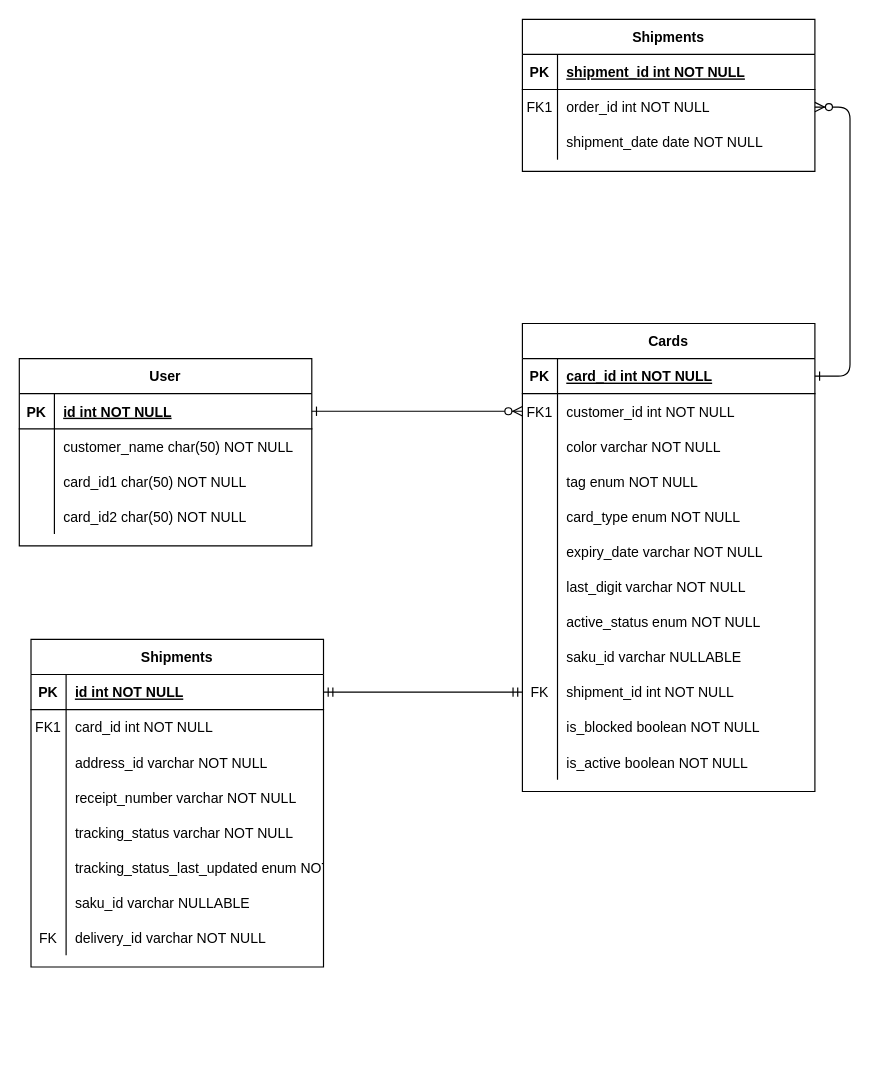
Earlier version of the draw.io diagram Untitled Diagram.drawio (Kresnadc/lib-DrawIO). Source tidied: cells renumbered, new cells numbered last; positions are measured from the earlier drawing's top-left corner, leaving out a move shared by most shapes. Both pictures are drawn from the tidied source at 117%, with x=0, y=0 at pixel (19, 19).
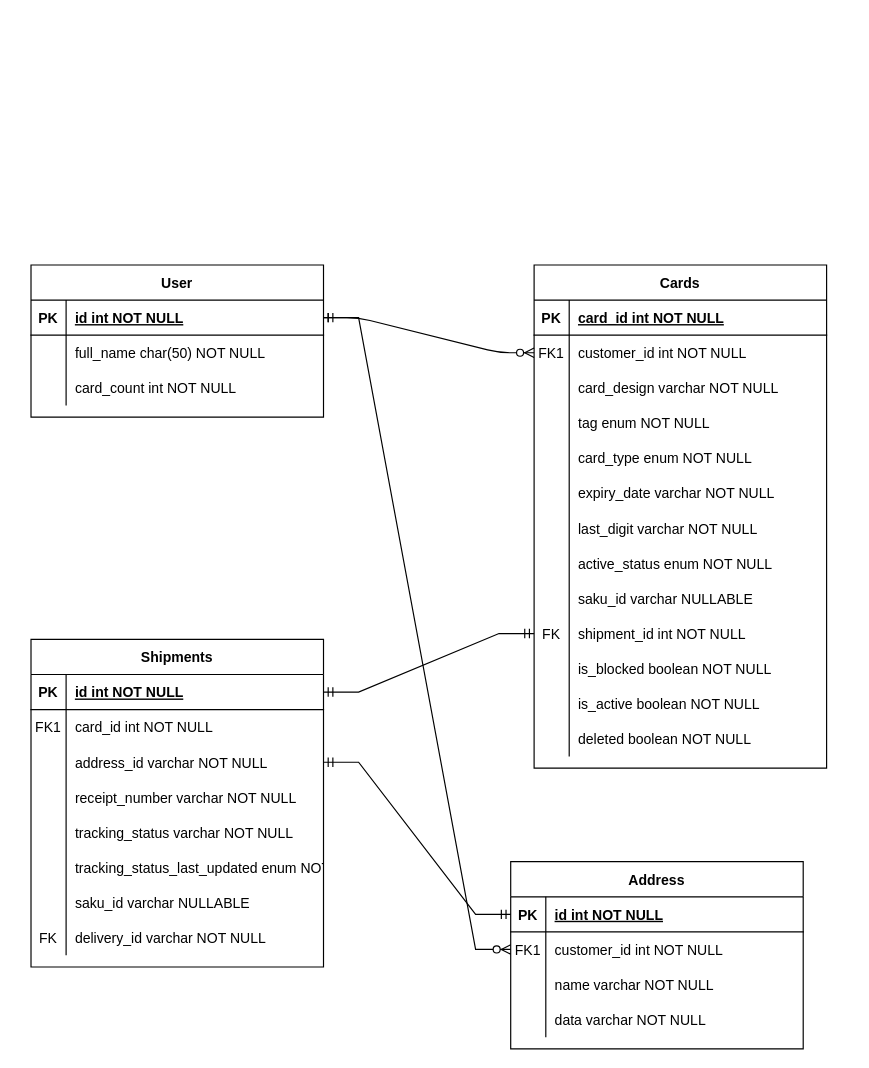
The same page after the edit.

Unchanged cells that the change refers to:
```xml
<mxCell id="5" style="shape=partialRectangle;fillColor=none;points=[[0,0.5],[1,0.5]];portConstraint=eastwest;top=0;left=0;right=0;bottom=1;" parent="4" vertex="1">
  <mxGeometry y="30" width="250" height="30" as="geometry" />
</mxCell>
<mxCell id="11" style="shape=partialRectangle;fillColor=none;top=0;left=0;right=0;bottom=0;" parent="4" vertex="1">
  <mxGeometry y="90" width="250" height="30" as="geometry" />
</mxCell>
<mxCell id="52" style="shape=partialRectangle;fillColor=none;points=[[0,0.5],[1,0.5]];portConstraint=eastwest;top=0;left=0;right=0;bottom=1;" parent="51" vertex="1">
  <mxGeometry y="30" width="250" height="30" as="geometry" />
</mxCell>
<mxCell id="55" style="shape=partialRectangle;fillColor=none;top=0;left=0;right=0;bottom=0;" parent="51" vertex="1">
  <mxGeometry y="60" width="250" height="30" as="geometry" />
</mxCell>
<mxCell id="71" style="shape=partialRectangle;fillColor=none;points=[[0,0.5],[1,0.5]];portConstraint=eastwest;top=0;left=0;right=0;bottom=0;" parent="64" vertex="1">
  <mxGeometry y="90" width="250" height="30" as="geometry" />
</mxCell>
```

Diff of the diagram source:
```diff
@@
-    <mxCell id="3" style="edgeStyle=entityRelationEdgeStyle;endArrow=ERzeroToMany;startArrow=ERone;endFill=1;startFill=0;" parent="1" edge="1" source="5" target="45">
-      <mxGeometry relative="1" as="geometry" />
-    </mxCell>
     <mxCell id="4" value="Cards" style="shape=table;startSize=30;childLayout=tableLayout;rowLines=0;fontStyle=1;align=center;" parent="1" vertex="1">
-      <mxGeometry x="430" y="260" width="250" height="400" as="geometry" />
+      <mxGeometry x="440" y="210" width="250" height="430" as="geometry" />
     </mxCell>
@@
-    <mxCell id="13" value="color varchar NOT NULL" style="shape=partialRectangle;overflow=hidden;fillColor=none;top=0;left=0;bottom=0;right=0;align=left;spacingLeft=6;" parent="11" vertex="1">
+    <mxCell id="13" value="card_design varchar NOT NULL" style="shape=partialRectangle;overflow=hidden;fillColor=none;top=0;left=0;bottom=0;right=0;align=left;spacingLeft=6;" parent="11" vertex="1">
       <mxGeometry x="30" width="220" height="30" as="geometry" />
     </mxCell>
@@
-    <mxCell id="41" value="Shipments" style="shape=table;startSize=30;childLayout=tableLayout;rowLines=0;fontStyle=1;align=center;" parent="1" vertex="1">
-      <mxGeometry x="430" width="250" height="130" as="geometry" />
-    </mxCell>
-    <mxCell id="42" style="shape=partialRectangle;fillColor=none;points=[[0,0.5],[1,0.5]];portConstraint=eastwest;top=0;left=0;right=0;bottom=1;" parent="41" vertex="1">
-      <mxGeometry y="30" width="250" height="30" as="geometry" />
-    </mxCell>
-    <mxCell id="43" value="PK" style="shape=partialRectangle;overflow=hidden;fillColor=none;top=0;left=0;bottom=0;right=0;fontStyle=1;" parent="42" vertex="1">
-      <mxGeometry width="30" height="30" as="geometry" />
-    </mxCell>
-    <mxCell id="44" value="shipment_id int NOT NULL " style="shape=partialRectangle;overflow=hidden;fillColor=none;top=0;left=0;bottom=0;right=0;align=left;spacingLeft=6;fontStyle=5;" parent="42" vertex="1">
-      <mxGeometry x="30" width="220" height="30" as="geometry" />
-    </mxCell>
-    <mxCell id="45" style="shape=partialRectangle;fillColor=none;points=[[0,0.5],[1,0.5]];portConstraint=eastwest;top=0;left=0;right=0;bottom=0;" parent="41" vertex="1">
-      <mxGeometry y="60" width="250" height="30" as="geometry" />
-    </mxCell>
-    <mxCell id="46" value="FK1" style="shape=partialRectangle;overflow=hidden;fillColor=none;top=0;left=0;bottom=0;right=0;" parent="45" vertex="1">
-      <mxGeometry width="30" height="30" as="geometry" />
-    </mxCell>
-    <mxCell id="47" value="order_id int NOT NULL" style="shape=partialRectangle;overflow=hidden;fillColor=none;top=0;left=0;bottom=0;right=0;align=left;spacingLeft=6;" parent="45" vertex="1">
-      <mxGeometry x="30" width="220" height="30" as="geometry" />
-    </mxCell>
-    <mxCell id="48" style="shape=partialRectangle;fillColor=none;top=0;left=0;right=0;bottom=0;" parent="41" vertex="1">
-      <mxGeometry y="90" width="250" height="30" as="geometry" />
-    </mxCell>
-    <mxCell id="49" style="shape=partialRectangle;overflow=hidden;fillColor=none;top=0;left=0;bottom=0;right=0;" parent="48" vertex="1">
-      <mxGeometry width="30" height="30" as="geometry" />
-    </mxCell>
-    <mxCell id="50" value="shipment_date date NOT NULL" style="shape=partialRectangle;overflow=hidden;fillColor=none;top=0;left=0;bottom=0;right=0;align=left;spacingLeft=6;" parent="48" vertex="1">
-      <mxGeometry x="30" width="220" height="30" as="geometry" />
-    </mxCell>
+    <mxCell id="90" style="shape=partialRectangle;fillColor=none;top=0;left=0;right=0;bottom=0;" parent="4" vertex="1">
+      <mxGeometry y="390" width="250" height="30" as="geometry" />
+    </mxCell>
+    <mxCell id="91" style="shape=partialRectangle;overflow=hidden;fillColor=none;top=0;left=0;bottom=0;right=0;" parent="90" vertex="1">
+      <mxGeometry width="30" height="30" as="geometry" />
+    </mxCell>
+    <mxCell id="92" value="deleted boolean NOT NULL" style="shape=partialRectangle;overflow=hidden;fillColor=none;top=0;left=0;bottom=0;right=0;align=left;spacingLeft=6;" parent="90" vertex="1">
+      <mxGeometry x="30" width="220" height="30" as="geometry" />
+    </mxCell>
     <mxCell id="51" value="User" style="shape=table;startSize=30;childLayout=tableLayout;rowLines=0;fontStyle=1;align=center;" parent="1" vertex="1">
-      <mxGeometry y="290" width="250" height="160" as="geometry" />
+      <mxGeometry x="10" y="210" width="250" height="130" as="geometry" />
     </mxCell>
@@
-    <mxCell id="57" value="customer_name char(50) NOT NULL" style="shape=partialRectangle;overflow=hidden;fillColor=none;top=0;left=0;bottom=0;right=0;align=left;spacingLeft=6;" parent="55" vertex="1">
+    <mxCell id="57" value="full_name char(50) NOT NULL" style="shape=partialRectangle;overflow=hidden;fillColor=none;top=0;left=0;bottom=0;right=0;align=left;spacingLeft=6;" parent="55" vertex="1">
       <mxGeometry x="30" width="220" height="30" as="geometry" />
     </mxCell>
-    <mxCell id="58" style="shape=partialRectangle;fillColor=none;top=0;left=0;right=0;bottom=0;" parent="51" vertex="1">
-      <mxGeometry y="90" width="250" height="30" as="geometry" />
-    </mxCell>
-    <mxCell id="59" style="shape=partialRectangle;overflow=hidden;fillColor=none;top=0;left=0;bottom=0;right=0;" parent="58" vertex="1">
-      <mxGeometry width="30" height="30" as="geometry" />
-    </mxCell>
-    <mxCell id="60" value="card_id1 char(50) NOT NULL" style="shape=partialRectangle;overflow=hidden;fillColor=none;top=0;left=0;bottom=0;right=0;align=left;spacingLeft=6;" parent="58" vertex="1">
-      <mxGeometry x="30" width="220" height="30" as="geometry" />
-    </mxCell>
     <mxCell id="61" style="shape=partialRectangle;fillColor=none;top=0;left=0;right=0;bottom=0;" parent="51" vertex="1">
-      <mxGeometry y="120" width="250" height="30" as="geometry" />
+      <mxGeometry y="90" width="250" height="30" as="geometry" />
     </mxCell>
@@
-    <mxCell id="63" value="card_id2 char(50) NOT NULL" style="shape=partialRectangle;overflow=hidden;fillColor=none;top=0;left=0;bottom=0;right=0;align=left;spacingLeft=6;" parent="61" vertex="1">
+    <mxCell id="63" value="card_count int NOT NULL" style="shape=partialRectangle;overflow=hidden;fillColor=none;top=0;left=0;bottom=0;right=0;align=left;spacingLeft=6;" parent="61" vertex="1">
       <mxGeometry x="30" width="220" height="30" as="geometry" />
     </mxCell>
@@
+    <mxCell id="93" value="Address" style="shape=table;startSize=30;childLayout=tableLayout;rowLines=0;fontStyle=1;align=center;" parent="1" vertex="1">
+      <mxGeometry x="420" y="720" width="250" height="160" as="geometry" />
+    </mxCell>
+    <mxCell id="42" style="shape=partialRectangle;fillColor=none;points=[[0,0.5],[1,0.5]];portConstraint=eastwest;top=0;left=0;right=0;bottom=1;" parent="93" vertex="1">
+      <mxGeometry y="30" width="250" height="30" as="geometry" />
+    </mxCell>
+    <mxCell id="43" value="PK" style="shape=partialRectangle;overflow=hidden;fillColor=none;top=0;left=0;bottom=0;right=0;fontStyle=1;" parent="42" vertex="1">
+      <mxGeometry width="30" height="30" as="geometry" />
+    </mxCell>
+    <mxCell id="94" value="id int NOT NULL " style="shape=partialRectangle;overflow=hidden;fillColor=none;top=0;left=0;bottom=0;right=0;align=left;spacingLeft=6;fontStyle=5;" parent="42" vertex="1">
+      <mxGeometry x="30" width="220" height="30" as="geometry" />
+    </mxCell>
+    <mxCell id="45" style="shape=partialRectangle;fillColor=none;points=[[0,0.5],[1,0.5]];portConstraint=eastwest;top=0;left=0;right=0;bottom=0;" parent="93" vertex="1">
+      <mxGeometry y="60" width="250" height="30" as="geometry" />
+    </mxCell>
+    <mxCell id="46" value="FK1" style="shape=partialRectangle;overflow=hidden;fillColor=none;top=0;left=0;bottom=0;right=0;" parent="45" vertex="1">
+      <mxGeometry width="30" height="30" as="geometry" />
+    </mxCell>
+    <mxCell id="95" value="customer_id int NOT NULL" style="shape=partialRectangle;overflow=hidden;fillColor=none;top=0;left=0;bottom=0;right=0;align=left;spacingLeft=6;" parent="45" vertex="1">
+      <mxGeometry x="30" width="220" height="30" as="geometry" />
+    </mxCell>
+    <mxCell id="96" style="shape=partialRectangle;fillColor=none;top=0;left=0;right=0;bottom=0;" parent="93" vertex="1">
+      <mxGeometry y="90" width="250" height="30" as="geometry" />
+    </mxCell>
+    <mxCell id="97" style="shape=partialRectangle;overflow=hidden;fillColor=none;top=0;left=0;bottom=0;right=0;" parent="96" vertex="1">
+      <mxGeometry width="30" height="30" as="geometry" />
+    </mxCell>
+    <mxCell id="98" value="name varchar NOT NULL" style="shape=partialRectangle;overflow=hidden;fillColor=none;top=0;left=0;bottom=0;right=0;align=left;spacingLeft=6;" parent="96" vertex="1">
+      <mxGeometry x="30" width="220" height="30" as="geometry" />
+    </mxCell>
+    <mxCell id="99" style="shape=partialRectangle;fillColor=none;top=0;left=0;right=0;bottom=0;" parent="93" vertex="1">
+      <mxGeometry y="120" width="250" height="30" as="geometry" />
+    </mxCell>
+    <mxCell id="100" style="shape=partialRectangle;overflow=hidden;fillColor=none;top=0;left=0;bottom=0;right=0;" parent="99" vertex="1">
+      <mxGeometry width="30" height="30" as="geometry" />
+    </mxCell>
+    <mxCell id="101" value="data varchar NOT NULL" style="shape=partialRectangle;overflow=hidden;fillColor=none;top=0;left=0;bottom=0;right=0;align=left;spacingLeft=6;" parent="99" vertex="1">
+      <mxGeometry x="30" width="220" height="30" as="geometry" />
+    </mxCell>
+    <mxCell id="102" style="edgeStyle=entityRelationEdgeStyle;fontSize=12;html=1;endArrow=ERmandOne;startArrow=ERmandOne;rounded=0;exitX=1;exitY=0.5;exitDx=0;exitDy=0;entryX=0;entryY=0.5;entryDx=0;entryDy=0;" parent="1" edge="1" source="71" target="42">
+      <mxGeometry relative="1" as="geometry" />
+    </mxCell>
+    <mxCell id="103" style="edgeStyle=entityRelationEdgeStyle;fontSize=12;html=1;endArrow=ERzeroToMany;startArrow=ERmandOne;rounded=0;exitX=1;exitY=0.5;exitDx=0;exitDy=0;entryX=0;entryY=0.5;entryDx=0;entryDy=0;" parent="1" edge="1" source="52" target="45">
+      <mxGeometry relative="1" as="geometry" />
+    </mxCell>
```
